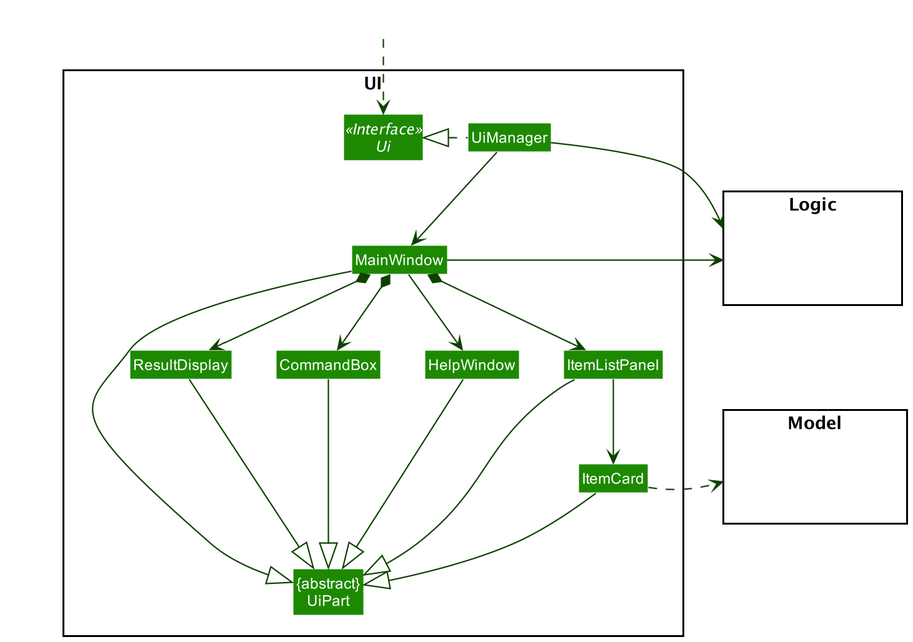
Above: docs/images/UiClassDiagram.png in nus-cs2103-AY2021S2/tp (PlantUML), before the change.
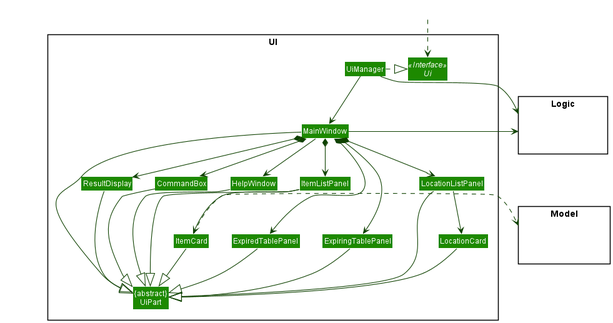
After the commit.

The edit, as a diff of the source:
```diff
@@ -14,6 +14,10 @@
 Class ItemListPanel
 Class ItemCard
 Class CommandBox
+Class ExpiredTablePanel
+Class ExpiringTablePanel
+Class LocationListPanel
+Class LocationCard
 }
 
 package Model <<Rectangle>> {
@@ -27,22 +31,30 @@
 Class HiddenOutside #FFFFFF
 HiddenOutside ..> Ui
 
-UiManager .left.|> Ui
+UiManager .right.|> Ui
 UiManager -down-> MainWindow
 MainWindow -down-> HelpWindow
 MainWindow *-down-> CommandBox
 MainWindow *-down-> ResultDisplay
 MainWindow *-down-> ItemListPanel
+MainWindow *-down-> ExpiredTablePanel
+MainWindow *-down-> ExpiringTablePanel
+MainWindow *-down-> LocationListPanel
 
 ItemListPanel -down-> ItemCard
+LocationListPanel -down-> LocationCard
 
 MainWindow -left-|> UiPart
 
+ExpiredTablePanel -down-|> UiPart
+ExpiringTablePanel -down-|> UiPart
 ResultDisplay -down-|> UiPart
 CommandBox -down-|> UiPart
 ItemListPanel -down-|> UiPart
 ItemCard -down-|> UiPart
 HelpWindow -down-|> UiPart
+LocationListPanel -down-|> UiPart
+LocationCard -down-|> UiPart
 
 ItemCard .right.> Model
 UiManager -right-> Logic
```
